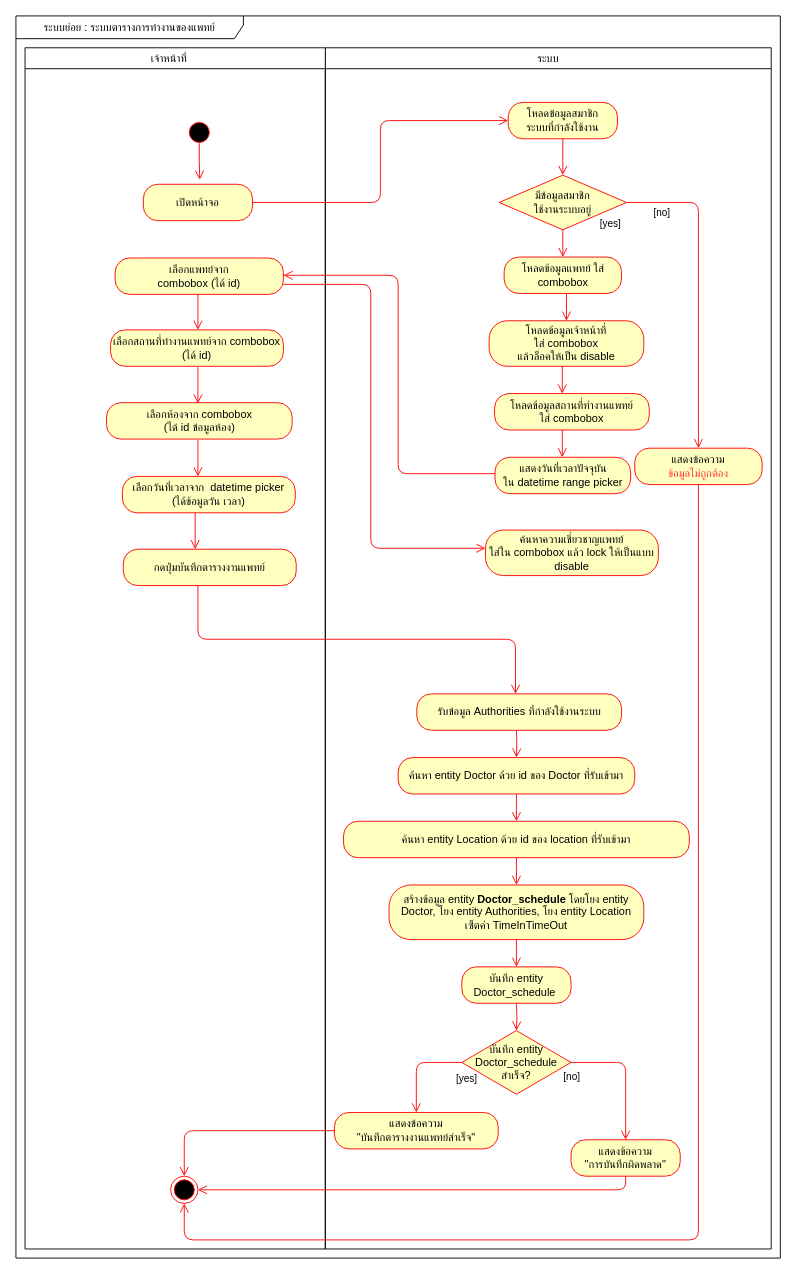
This is page "activity-2" (6 of 10) of ระบบนัดหมาย.drawio from nunpromporn/DoctorSchedule, a draw.io file, before an edit. Source tidied: cells renumbered, new cells numbered last; positions are measured from the earlier drawing's top-left corner, leaving out a move shared by most shapes. Both pictures are drawn from the tidied source at 91%, with x=0, y=0 at pixel (15, 15).
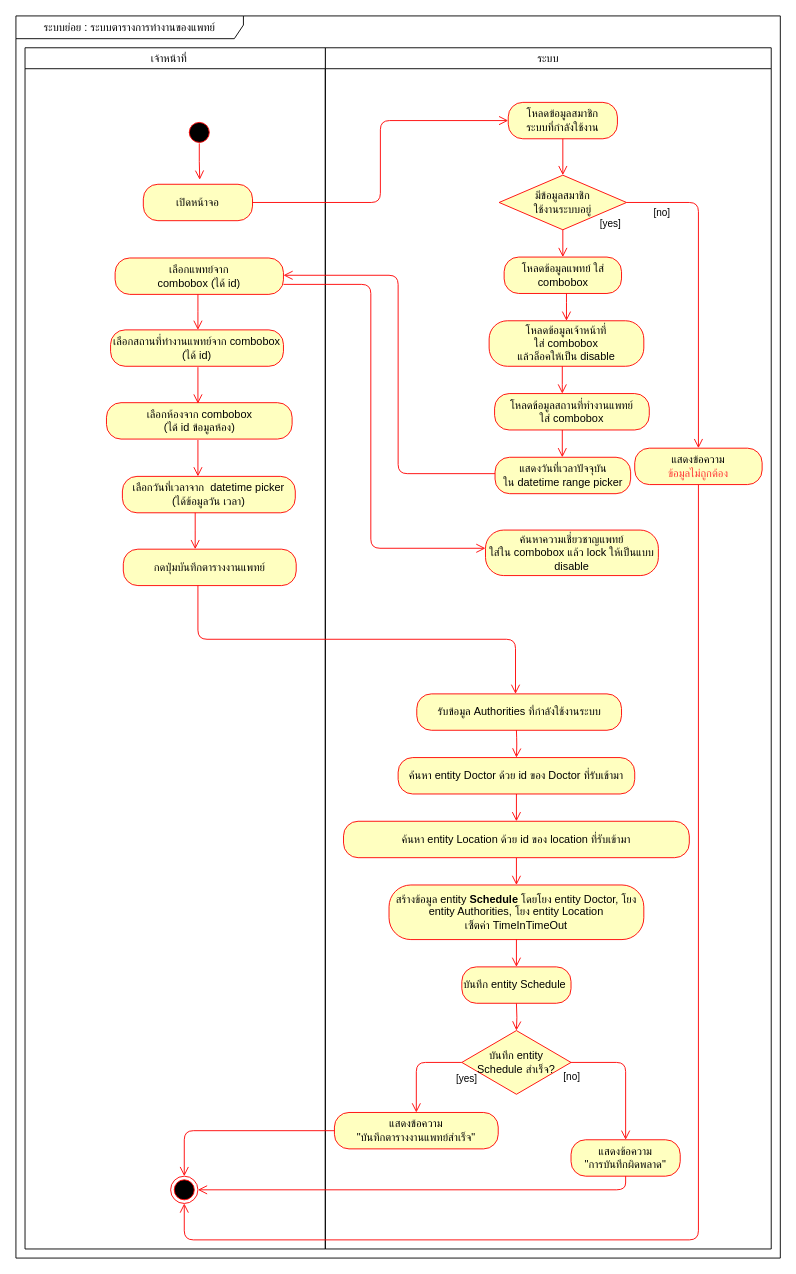
After the change.

Unchanged cells that the change refers to:
```xml
<mxCell id="3" value="ระบบ" style="swimlane;fontStyle=0;" parent="1" vertex="1">
  <mxGeometry x="340" y="35" width="490" height="1320" as="geometry" />
</mxCell>
```

What changed in the source:
```diff
@@
-    <mxCell id="13" value="สร้างข้อมูล entity &lt;b&gt;Doctor_schedule&lt;/b&gt;&amp;nbsp;โดยโยง entity Doctor, โยง entity Authorities, โยง entity Location&lt;br&gt;เซ็ตค่า TimeInTimeOut" style="rounded=1;whiteSpace=wrap;html=1;arcSize=40;fontColor=#000000;fillColor=#ffffc0;strokeColor=#ff0000;" parent="3" vertex="1">
+    <mxCell id="13" value="สร้างข้อมูล entity &lt;b&gt;Schedule&lt;/b&gt;&amp;nbsp;โดยโยง entity Doctor, โยง entity Authorities, โยง entity Location&lt;br&gt;เซ็ตค่า TimeInTimeOut" style="rounded=1;whiteSpace=wrap;html=1;arcSize=40;fontColor=#000000;fillColor=#ffffc0;strokeColor=#ff0000;" parent="3" vertex="1">
       <mxGeometry x="70" y="920" width="280" height="60" as="geometry" />
     </mxCell>
@@
-    <mxCell id="27" value="บันทึก entity Doctor_schedule สำเร็จ?" style="rhombus;whiteSpace=wrap;html=1;fillColor=#ffffc0;strokeColor=#ff0000;" parent="3" vertex="1">
+    <mxCell id="27" value="บันทึก entity &lt;br&gt;Schedule สำเร็จ?" style="rhombus;whiteSpace=wrap;html=1;fillColor=#ffffc0;strokeColor=#ff0000;" parent="3" vertex="1">
       <mxGeometry x="150" y="1080" width="120" height="70" as="geometry" />
     </mxCell>
@@
-    <mxCell id="38" value="บันทึก entity Doctor_schedule&amp;nbsp;" style="rounded=1;whiteSpace=wrap;html=1;arcSize=40;fontColor=#000000;fillColor=#ffffc0;strokeColor=#ff0000;" parent="1" vertex="1">
+    <mxCell id="38" value="บันทึก entity Schedule&amp;nbsp;" style="rounded=1;whiteSpace=wrap;html=1;arcSize=40;fontColor=#000000;fillColor=#ffffc0;strokeColor=#ff0000;" parent="1" vertex="1">
       <mxGeometry x="490" y="1045" width="120" height="40" as="geometry" />
     </mxCell>
```
